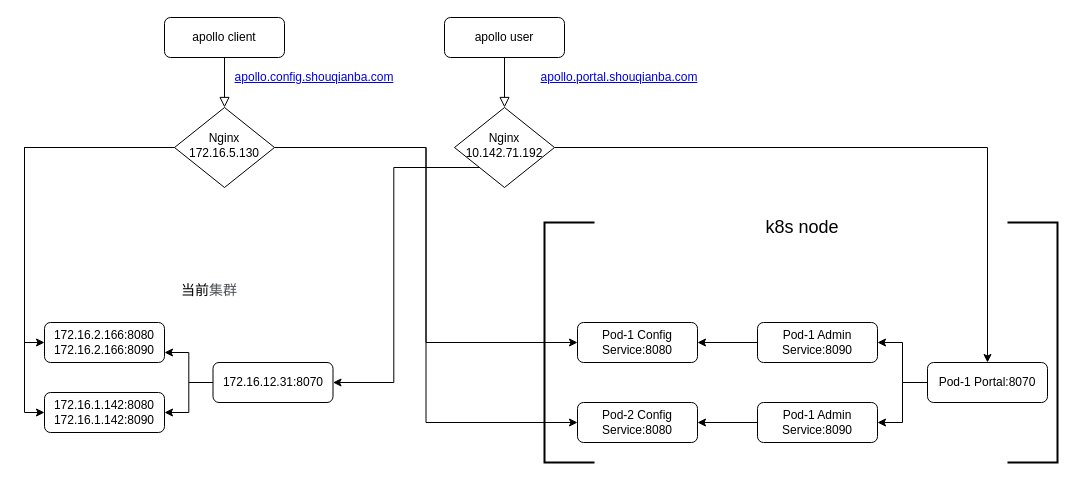
The draw.io diagram page "迁移k8s" (2 of 5) of Untitled Diagram.drawio in RockyLOMO/devops-java-sample, before the edit. Source tidied: cells renumbered, new cells numbered last; positions are measured from the earlier drawing's top-left corner, leaving out a move shared by most shapes. Both pictures are drawn from the tidied source at 100%, with x=0, y=0 at pixel (44, 17).
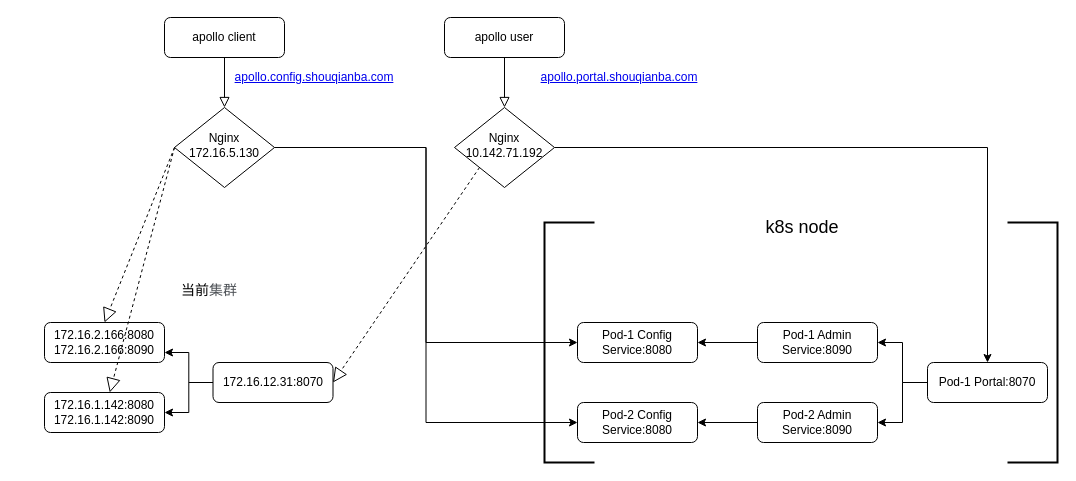
Above is the later version.

The change refers to these unchanged cells:
```xml
<mxCell id="8" value="Nginx&lt;br&gt;172.16.5.130" style="rhombus;whiteSpace=wrap;html=1;shadow=0;fontFamily=Helvetica;fontSize=12;align=center;strokeWidth=1;spacing=6;spacingTop=-4;" parent="1" vertex="1">
  <mxGeometry x="130" y="90" width="100" height="80" as="geometry" />
</mxCell>
<mxCell id="14" value="Nginx&lt;br&gt;10.142.71.192" style="rhombus;whiteSpace=wrap;html=1;shadow=0;fontFamily=Helvetica;fontSize=12;align=center;strokeWidth=1;spacing=6;spacingTop=-4;" parent="1" vertex="1">
  <mxGeometry x="410" y="90" width="100" height="80" as="geometry" />
</mxCell>
<mxCell id="28" value="172.16.1.142:8080&lt;br&gt;172.16.1.142:8090" style="rounded=1;whiteSpace=wrap;html=1;fontSize=12;glass=0;strokeWidth=1;shadow=0;" parent="1" vertex="1">
  <mxGeometry y="375" width="120" height="40" as="geometry" />
</mxCell>
<mxCell id="29" value="172.16.2.166:8080&lt;br&gt;172.16.2.166:8090" style="rounded=1;whiteSpace=wrap;html=1;fontSize=12;glass=0;strokeWidth=1;shadow=0;" parent="1" vertex="1">
  <mxGeometry y="305" width="120" height="40" as="geometry" />
</mxCell>
<mxCell id="32" value="172.16.12.31:8070" style="rounded=1;whiteSpace=wrap;html=1;fontSize=12;glass=0;strokeWidth=1;shadow=0;" parent="1" vertex="1">
  <mxGeometry x="168.5" y="345" width="120" height="40" as="geometry" />
</mxCell>
```

The edit, as a diff of the source:
```diff
@@
-    <mxCell id="6" style="edgeStyle=orthogonalEdgeStyle;rounded=0;jettySize=auto;html=1;entryX=0;entryY=0.5;entryDx=0;entryDy=0;" parent="1" edge="1" source="8" target="29">
-      <mxGeometry relative="1" as="geometry" />
-    </mxCell>
-    <mxCell id="7" style="edgeStyle=orthogonalEdgeStyle;rounded=0;jettySize=auto;html=1;entryX=0;entryY=0.5;entryDx=0;entryDy=0;" parent="1" edge="1" source="8" target="28">
-      <mxGeometry relative="1" as="geometry" />
-    </mxCell>
@@
-    <mxCell id="13" style="edgeStyle=orthogonalEdgeStyle;rounded=0;jettySize=auto;html=1;entryX=1;entryY=0.5;entryDx=0;entryDy=0;exitX=0;exitY=1;exitDx=0;exitDy=0;" parent="1" edge="1" source="14" target="32">
-      <mxGeometry relative="1" as="geometry" />
-    </mxCell>
@@
-    <mxCell id="24" value="Pod-1 Admin Service:8090" style="rounded=1;whiteSpace=wrap;html=1;fontSize=12;glass=0;strokeWidth=1;shadow=0;" parent="1" vertex="1">
+    <mxCell id="24" value="Pod-2 Admin Service:8090" style="rounded=1;whiteSpace=wrap;html=1;fontSize=12;glass=0;strokeWidth=1;shadow=0;" parent="1" vertex="1">
       <mxGeometry x="713" y="385" width="120" height="40" as="geometry" />
     </mxCell>
@@
+    <mxCell id="34" style="endArrow=block;dashed=1;endFill=0;endSize=12;html=1;entryX=0.5;entryY=0;entryDx=0;entryDy=0;" parent="1" edge="1" target="29">
+      <mxGeometry relative="1" as="geometry">
+        <mxPoint x="130" y="130" as="sourcePoint" />
+      </mxGeometry>
+    </mxCell>
+    <mxCell id="35" style="endArrow=block;dashed=1;endFill=0;endSize=12;html=1;" parent="1" edge="1" target="28">
+      <mxGeometry relative="1" as="geometry">
+        <mxPoint x="130" y="130" as="sourcePoint" />
+      </mxGeometry>
+    </mxCell>
+    <mxCell id="13" style="endArrow=block;dashed=1;endFill=0;endSize=12;html=1;exitX=0;exitY=1;exitDx=0;exitDy=0;entryX=1;entryY=0.5;entryDx=0;entryDy=0;" parent="1" edge="1" source="14" target="32">
+      <mxGeometry relative="1" as="geometry" />
+    </mxCell>
```
